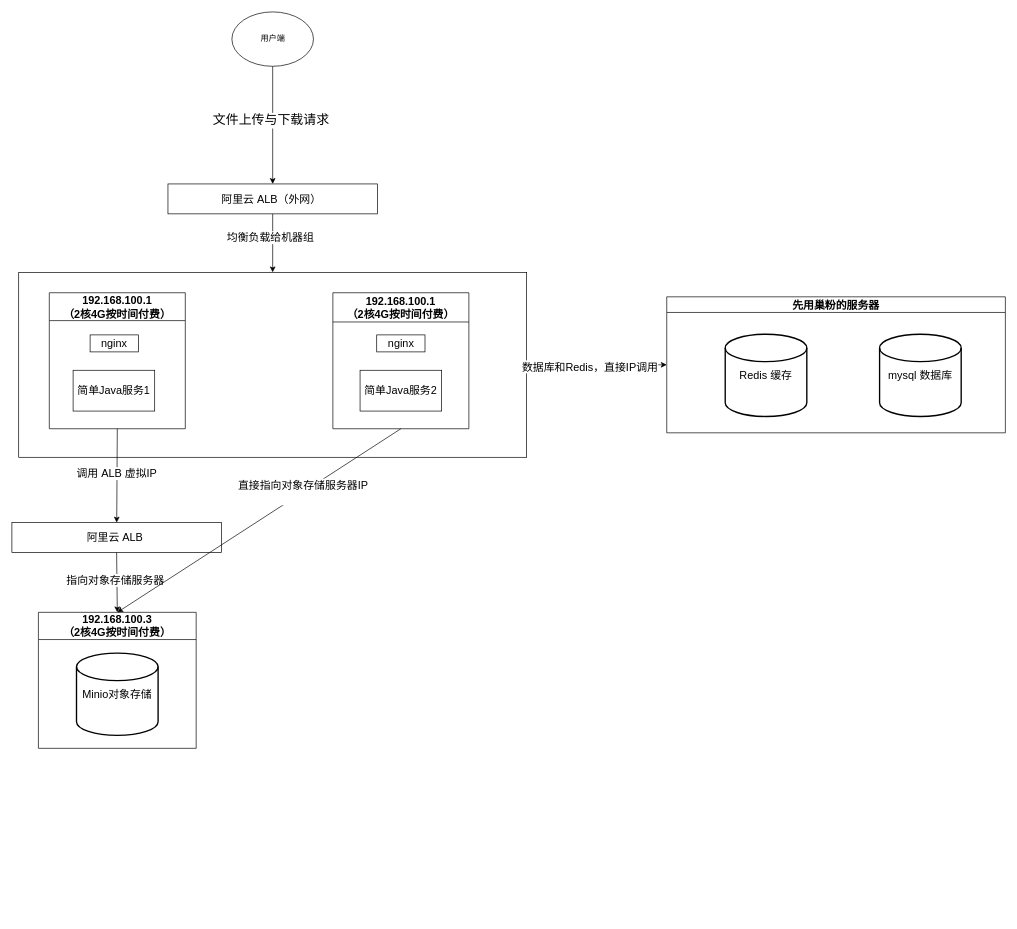
This is ence/slb-plan.drawio from MuggleStar/draw_io, a draw.io file, before an edit. Source tidied: cells renumbered, new cells numbered last; positions are measured from the earlier drawing's top-left corner, leaving out a move shared by most shapes. Both pictures are drawn from the tidied source at 68%, with x=0, y=0 at pixel (12, 12).
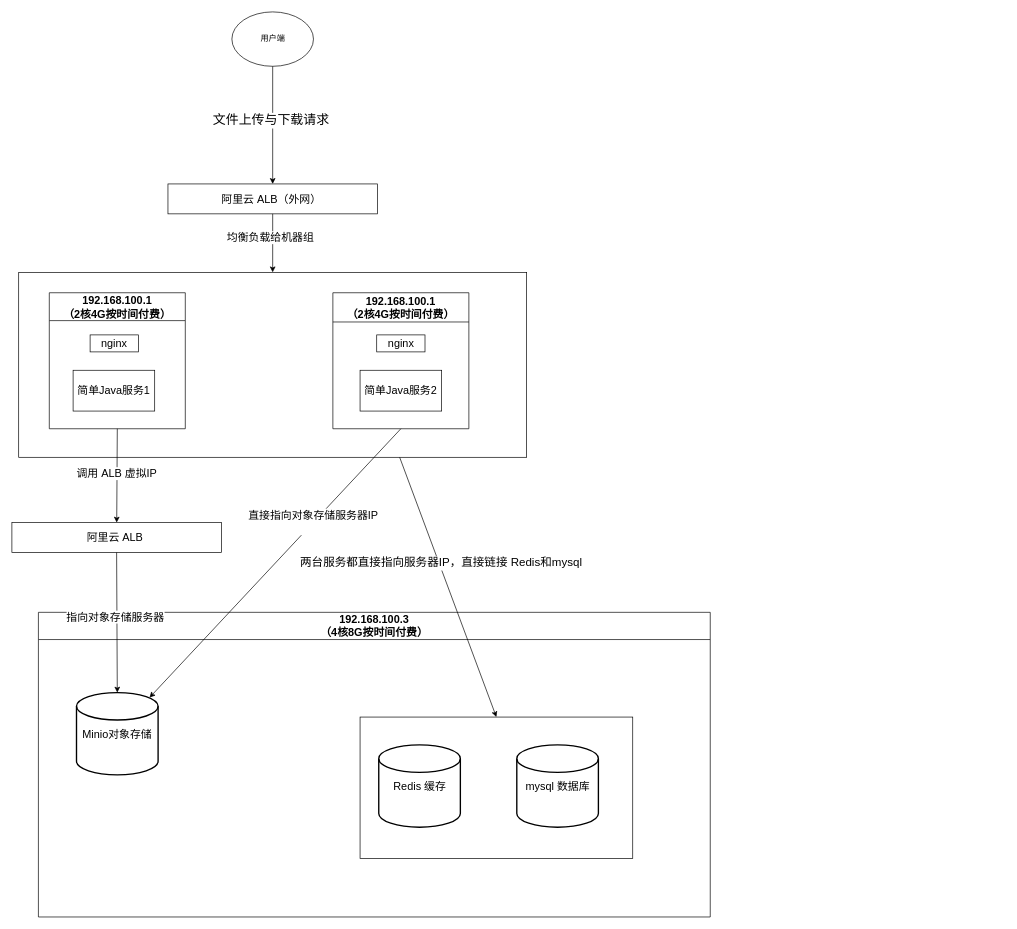
Above is the later version.

Unchanged cells that the change refers to:
```xml
<mxCell id="2" style="rounded=0;whiteSpace=wrap;html=1;fontSize=16;" parent="1" vertex="1">
  <mxGeometry x="10" y="383" width="747" height="272" as="geometry" />
</mxCell>
<mxCell id="7" value="192.168.100.1&lt;br&gt;（2核4G按时间付费）" style="swimlane;whiteSpace=wrap;html=1;startSize=43;fontSize=16;" parent="1" vertex="1">
  <mxGeometry x="472" y="413" width="200" height="200" as="geometry" />
</mxCell>
<mxCell id="10" value="阿里云 ALB&amp;nbsp;" style="rounded=0;whiteSpace=wrap;html=1;fontSize=16;" parent="1" vertex="1">
  <mxGeometry y="751" width="308" height="44" as="geometry" />
</mxCell>
```

Change to the diagram source:
```diff
@@
-    <mxCell id="5" value="192.168.100.3&lt;br&gt;（2核4G按时间付费）" style="swimlane;whiteSpace=wrap;html=1;startSize=40;fontSize=16;" parent="1" vertex="1">
-      <mxGeometry x="39" y="883" width="232" height="200" as="geometry" />
+    <mxCell id="5" value="192.168.100.3&lt;br&gt;（4核8G按时间付费）" style="swimlane;whiteSpace=wrap;html=1;startSize=40;fontSize=16;" parent="1" vertex="1">
+      <mxGeometry x="39" y="883" width="988" height="448" as="geometry" />
     </mxCell>
     <mxCell id="6" value="Minio对象存储" style="strokeWidth=2;html=1;shape=mxgraph.flowchart.database;whiteSpace=wrap;fontSize=16;" parent="5" vertex="1">
-      <mxGeometry x="56" y="60" width="120" height="121" as="geometry" />
+      <mxGeometry x="56" y="118" width="120" height="121" as="geometry" />
     </mxCell>
+    <mxCell id="29" style="rounded=0;whiteSpace=wrap;html=1;" parent="5" vertex="1">
+      <mxGeometry x="473" y="154" width="401" height="208" as="geometry" />
+    </mxCell>
+    <mxCell id="12" value="mysql 数据库" style="strokeWidth=2;html=1;shape=mxgraph.flowchart.database;whiteSpace=wrap;fontSize=16;" parent="5" vertex="1">
+      <mxGeometry x="703.5" y="195" width="120" height="121" as="geometry" />
+    </mxCell>
+    <mxCell id="13" value="Redis 缓存" style="strokeWidth=2;html=1;shape=mxgraph.flowchart.database;whiteSpace=wrap;fontSize=16;" parent="5" vertex="1">
+      <mxGeometry x="500.5" y="195" width="120" height="121" as="geometry" />
+    </mxCell>
@@
-    <mxCell id="11" value="先用巢粉的服务器" style="swimlane;whiteSpace=wrap;html=1;startSize=23;fontSize=16;" parent="1" vertex="1">
-      <mxGeometry x="963" y="419" width="498" height="200" as="geometry" />
-    </mxCell>
-    <mxCell id="12" value="mysql 数据库" style="strokeWidth=2;html=1;shape=mxgraph.flowchart.database;whiteSpace=wrap;fontSize=16;" parent="11" vertex="1">
-      <mxGeometry x="313" y="55" width="120" height="121" as="geometry" />
-    </mxCell>
-    <mxCell id="13" value="Redis 缓存" style="strokeWidth=2;html=1;shape=mxgraph.flowchart.database;whiteSpace=wrap;fontSize=16;" parent="11" vertex="1">
-      <mxGeometry x="86" y="55" width="120" height="121" as="geometry" />
-    </mxCell>
@@
-    <mxCell id="19" style="endArrow=classic;html=1;rounded=0;entryX=0.5;entryY=0;entryDx=0;entryDy=0;exitX=0.5;exitY=1;exitDx=0;exitDy=0;fontSize=16;" parent="1" edge="1" source="10" target="5">
+    <mxCell id="19" style="endArrow=classic;html=1;rounded=0;exitX=0.5;exitY=1;exitDx=0;exitDy=0;fontSize=16;entryX=0.5;entryY=0;entryDx=0;entryDy=0;entryPerimeter=0;" parent="1" edge="1" source="10" target="6">
       <mxGeometry relative="1" as="geometry" />
     </mxCell>
@@
-    <mxCell id="21" style="endArrow=classic;html=1;rounded=0;entryX=0.5;entryY=0;entryDx=0;entryDy=0;exitX=0.5;exitY=1;exitDx=0;exitDy=0;fontSize=16;" parent="1" edge="1" source="7" target="5">
+    <mxCell id="21" style="endArrow=classic;html=1;rounded=0;exitX=0.5;exitY=1;exitDx=0;exitDy=0;fontSize=16;entryX=0.895;entryY=0.061;entryDx=0;entryDy=0;entryPerimeter=0;" parent="1" edge="1" source="7" target="6">
       <mxGeometry relative="1" as="geometry" />
     </mxCell>
@@
-    <mxCell id="23" style="endArrow=classic;html=1;rounded=0;entryX=0;entryY=0.5;entryDx=0;entryDy=0;exitX=1;exitY=0.5;exitDx=0;exitDy=0;fontSize=16;" parent="1" edge="1" source="2" target="11">
-      <mxGeometry relative="1" as="geometry" />
-    </mxCell>
-    <mxCell id="24" value="数据库和Redis，直接IP调用" style="edgeLabel;html=1;align=center;verticalAlign=middle;fontSize=16;" parent="23" vertex="1">
-      <mxGeometry x="-0.11" y="-2" relative="1" as="geometry" />
-    </mxCell>
@@
+    <mxCell id="30" style="endArrow=classic;html=1;rounded=0;entryX=0.5;entryY=0;entryDx=0;entryDy=0;exitX=0.75;exitY=1;exitDx=0;exitDy=0;" parent="1" edge="1" source="2" target="29">
+      <mxGeometry relative="1" as="geometry" />
+    </mxCell>
+    <mxCell id="31" value="两台服务都直接指向服务器IP，直接链接 Redis和mysql" style="edgeLabel;html=1;align=center;verticalAlign=middle;fontSize=17;" parent="30" vertex="1">
+      <mxGeometry x="-0.18" y="2" relative="1" as="geometry" />
+    </mxCell>
```
